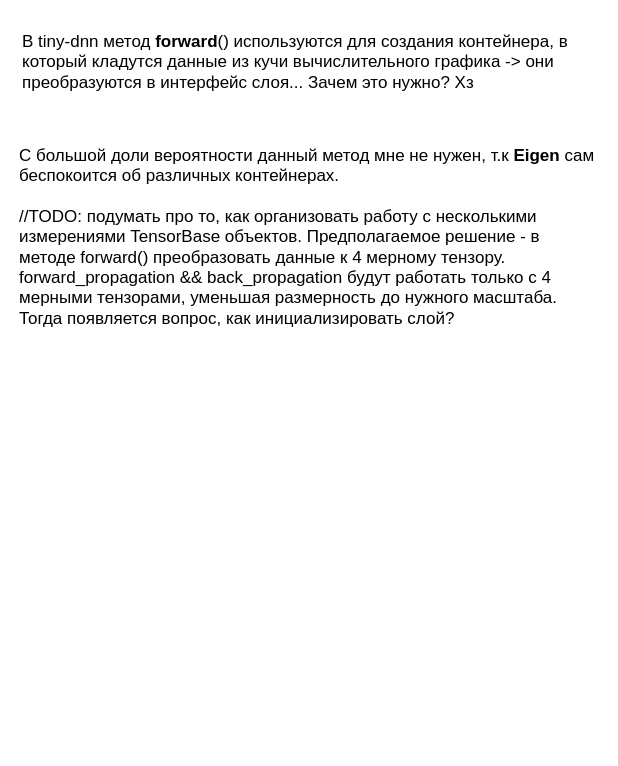
Above: page "layer::forward" (2 of 9) of logic.drawio in xsdnn/xsdnn (draw.io), before the change. Source tidied: cells renumbered, new cells numbered last; positions are measured from the earlier drawing's top-left corner, leaving out a move shared by most shapes. Both pictures are drawn from the tidied source at 100%, with x=0, y=0 at pixel (17, 17).
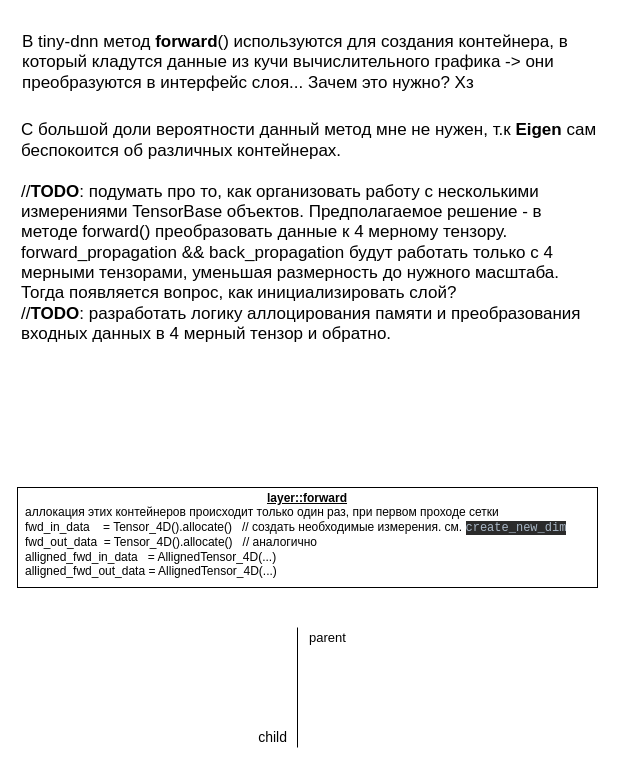
The same diagram, later.

What changed in the source:
```diff
@@
 <mxGraphModel>
   <root>
     <mxCell id="0" />
     <mxCell id="1" parent="0" />
     <mxCell id="2" value="&lt;font style=&quot;font-size: 17px;&quot;&gt;В tiny-dnn метод &lt;b&gt;forward&lt;/b&gt;() используются для создания контейнера, в который кладутся данные из кучи вычислительного графика -&amp;gt; они преобразуются в интерфейс слоя... Зачем это нужно? Хз&lt;/font&gt;" style="text;html=1;strokeColor=none;fillColor=none;align=left;verticalAlign=middle;whiteSpace=wrap;rounded=0;" parent="1" vertex="1">
       <mxGeometry x="3" width="580" height="90" as="geometry" />
     </mxCell>
-    <mxCell id="3" value="С большой доли вероятности данный метод мне не нужен, т.к &lt;b&gt;Eigen&lt;/b&gt; сам беспокоится об различных контейнерах.&lt;br&gt;&lt;br&gt;//TODO: подумать про то, как организовать работу с несколькими измерениями TensorBase объектов. Предполагаемое решение - в методе forward() преобразовать данные к 4 мерному тензору. forward_propagation &amp;amp;&amp;amp; back_propagation будут работать только с 4 мерными тензорами, уменьшая размерность до нужного масштаба. Тогда появляется вопрос, как инициализировать слой?&amp;nbsp;" style="text;html=1;strokeColor=none;fillColor=none;align=left;verticalAlign=middle;whiteSpace=wrap;rounded=0;fontSize=17;" parent="1" vertex="1">
-      <mxGeometry y="120" width="580" height="200" as="geometry" />
+    <mxCell id="3" value="С большой доли вероятности данный метод мне не нужен, т.к &lt;b&gt;Eigen&lt;/b&gt; сам беспокоится об различных контейнерах.&lt;br&gt;&lt;br&gt;//&lt;b&gt;TODO&lt;/b&gt;: подумать про то, как организовать работу с несколькими измерениями TensorBase объектов. Предполагаемое решение - в методе forward() преобразовать данные к 4 мерному тензору. forward_propagation &amp;amp;&amp;amp; back_propagation будут работать только с 4 мерными тензорами, уменьшая размерность до нужного масштаба. Тогда появляется вопрос, как инициализировать слой?&amp;nbsp;&lt;br&gt;//&lt;b&gt;TODO&lt;/b&gt;: разработать логику аллоцирования памяти и преобразования входных данных в 4 мерный тензор и обратно." style="text;html=1;strokeColor=none;fillColor=none;align=left;verticalAlign=middle;whiteSpace=wrap;rounded=0;fontSize=17;" parent="1" vertex="1">
+      <mxGeometry x="2" y="100" width="580" height="230" as="geometry" />
     </mxCell>
+    <mxCell id="4" style="endArrow=none;html=1;edgeStyle=orthogonalEdgeStyle;rounded=0;" parent="1" edge="1">
+      <mxGeometry relative="1" as="geometry">
+        <mxPoint x="280" y="610" as="sourcePoint" />
+        <mxPoint x="280" y="730" as="targetPoint" />
+      </mxGeometry>
+    </mxCell>
+    <mxCell id="5" value="parent" style="edgeLabel;html=1;align=left;verticalAlign=bottom;fontSize=13;" parent="4" vertex="1">
+      <mxGeometry x="-1" relative="1" as="geometry">
+        <mxPoint x="10" y="20" as="offset" />
+      </mxGeometry>
+    </mxCell>
+    <mxCell id="6" value="child" style="edgeLabel;html=1;align=right;verticalAlign=bottom;fontSize=14;" parent="4" vertex="1">
+      <mxGeometry x="1" relative="1" as="geometry">
+        <mxPoint x="-10" as="offset" />
+      </mxGeometry>
+    </mxCell>
+    <mxCell id="7" value="&lt;p style=&quot;margin:0px;margin-top:4px;text-align:center;text-decoration:underline;&quot;&gt;&lt;b&gt;layer::forward&lt;/b&gt;&lt;/p&gt;&lt;p style=&quot;margin:0px;margin-left:8px;&quot;&gt;аллокация этих контейнеров происходит только один раз, при первом проходе сетки&lt;/p&gt;&lt;p style=&quot;margin:0px;margin-left:8px;&quot;&gt;&lt;span style=&quot;background-color: initial;&quot;&gt;fwd_in_data&amp;nbsp; &amp;nbsp;&lt;span style=&quot;&quot;&gt; &lt;/span&gt;= Tensor_4D().allocate()&amp;nbsp; &amp;nbsp;// создать необходимые измерения. см.&amp;nbsp;&lt;/span&gt;&lt;span style=&quot;background-color: rgb(43, 43, 43); color: rgb(169, 183, 198); font-family: &amp;quot;JetBrains Mono&amp;quot;, monospace;&quot;&gt;create_new_dim&lt;/span&gt;&lt;br&gt;&lt;/p&gt;&lt;p style=&quot;margin:0px;margin-left:8px;&quot;&gt;fwd_out_data&amp;nbsp; = Tensor_4D().allocate()&amp;nbsp; &amp;nbsp;// аналогично&lt;/p&gt;&lt;p style=&quot;margin:0px;margin-left:8px;&quot;&gt;alligned_fwd_in_data&amp;nbsp; &amp;nbsp;= AllignedTensor_4D(...)&amp;nbsp;&lt;/p&gt;&lt;p style=&quot;margin:0px;margin-left:8px;&quot;&gt;alligned_fwd_out_data = AllignedTensor_4D(...)&amp;nbsp;&lt;/p&gt;&lt;p style=&quot;margin:0px;margin-left:8px;&quot;&gt;&lt;br&gt;&lt;/p&gt;" style="verticalAlign=top;align=left;overflow=fill;fontSize=12;fontFamily=Helvetica;html=1;" parent="1" vertex="1">
+      <mxGeometry y="470" width="580" height="100" as="geometry" />
+    </mxCell>
   </root>
 </mxGraphModel>
```
